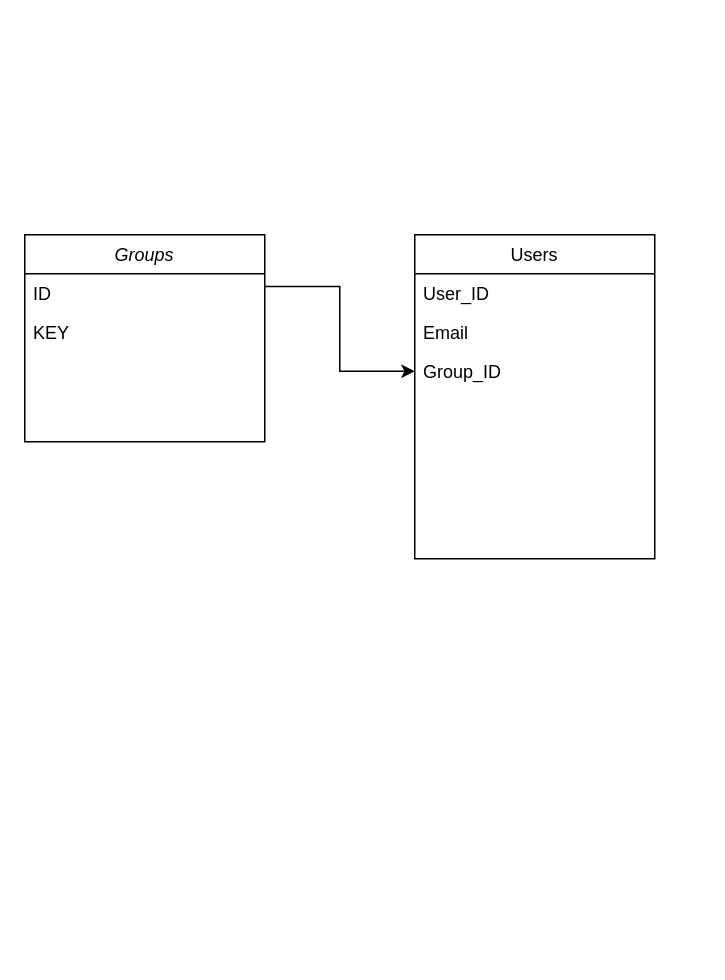
This is webapp/database_schemas/User_management.drawio from cepdnaclk/e17-3yp-Landmine-Detector, a draw.io file, before an edit. Source tidied: cells renumbered, new cells numbered last; positions are measured from the earlier drawing's top-left corner, leaving out a move shared by most shapes. Both pictures are drawn from the tidied source at 150%, with x=0, y=0 at pixel (24, 234).
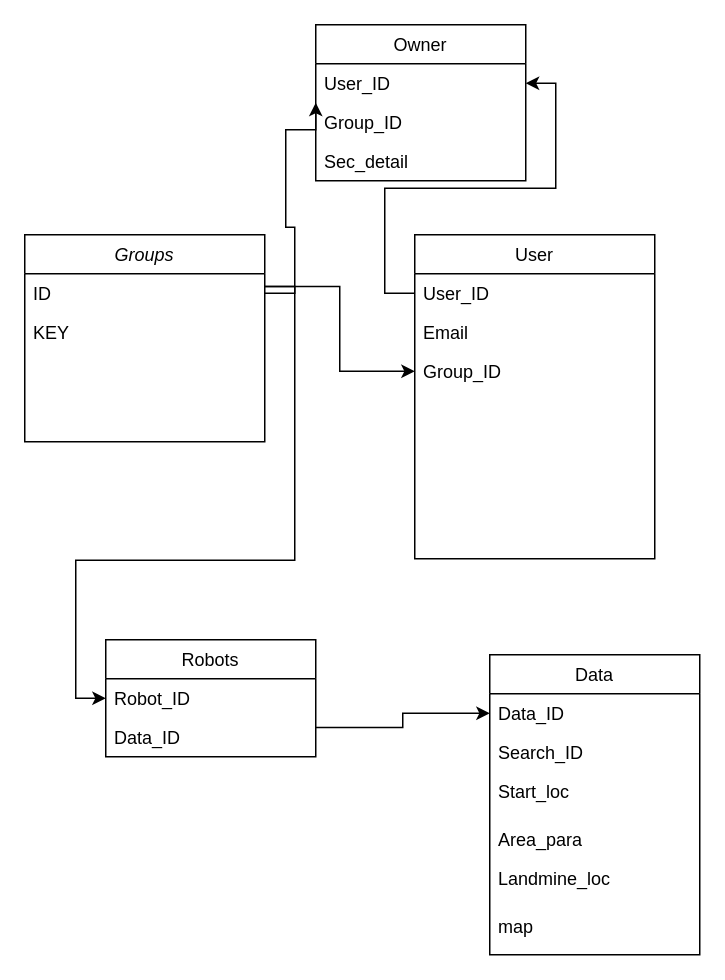
The same page after the edit.

Unchanged cells that the change refers to:
```xml
<mxCell id="3" value="Groups" style="swimlane;fontStyle=2;align=center;verticalAlign=top;horizontal=1;startSize=26;rounded=0;shadow=0;strokeWidth=1;" parent="1" vertex="1">
  <mxGeometry width="160" height="138" as="geometry" />
</mxCell>
<mxCell id="4" value="ID" style="text;align=left;verticalAlign=top;spacingLeft=4;spacingRight=4;overflow=hidden;points=[[0,0.5],[1,0.5]];portConstraint=eastwest;" parent="3" vertex="1">
  <mxGeometry y="26" width="160" height="26" as="geometry" />
</mxCell>
<mxCell id="7" value="User_ID" style="text;align=left;verticalAlign=top;spacingLeft=4;spacingRight=4;overflow=hidden;points=[[0,0.5],[1,0.5]];portConstraint=eastwest;" parent="6" vertex="1">
  <mxGeometry y="26" width="160" height="26" as="geometry" />
</mxCell>
```

What changed in the source:
```diff
@@
+    <mxCell id="10" style="edgeStyle=orthogonalEdgeStyle;rounded=0;jettySize=auto;html=1;exitX=1;exitY=0.25;exitDx=0;exitDy=0;entryX=0;entryY=0.5;entryDx=0;entryDy=0;" parent="1" edge="1" source="3" target="13">
+      <mxGeometry relative="1" as="geometry" />
+    </mxCell>
@@
-    <mxCell id="6" value="Users" style="swimlane;fontStyle=0;align=center;verticalAlign=top;horizontal=1;startSize=26;rounded=0;shadow=0;strokeWidth=1;" parent="1" vertex="1">
+    <mxCell id="6" value="User" style="swimlane;fontStyle=0;align=center;verticalAlign=top;horizontal=1;startSize=26;rounded=0;shadow=0;strokeWidth=1;" parent="1" vertex="1">
       <mxGeometry x="260" width="160" height="216" as="geometry" />
     </mxCell>
@@
+    <mxCell id="11" style="edgeStyle=orthogonalEdgeStyle;rounded=0;jettySize=auto;html=1;exitX=1;exitY=0.75;exitDx=0;exitDy=0;entryX=0;entryY=0.5;entryDx=0;entryDy=0;" parent="1" edge="1" source="12" target="16">
+      <mxGeometry relative="1" as="geometry" />
+    </mxCell>
+    <mxCell id="12" value="Robots" style="swimlane;fontStyle=0;horizontal=1;startSize=26;" parent="1" vertex="1">
+      <mxGeometry x="54" y="270" width="140" height="78" as="geometry" />
+    </mxCell>
+    <mxCell id="13" value="Robot_ID" style="text;strokeColor=none;fillColor=none;align=left;verticalAlign=top;spacingLeft=4;spacingRight=4;overflow=hidden;points=[[0,0.5],[1,0.5]];portConstraint=eastwest;" parent="12" vertex="1">
+      <mxGeometry y="26" width="140" height="26" as="geometry" />
+    </mxCell>
+    <mxCell id="14" value="Data_ID" style="text;strokeColor=none;fillColor=none;align=left;verticalAlign=top;spacingLeft=4;spacingRight=4;overflow=hidden;" parent="12" vertex="1">
+      <mxGeometry y="52" width="140" height="26" as="geometry" />
+    </mxCell>
+    <mxCell id="15" value="Data" style="swimlane;fontStyle=0;horizontal=1;startSize=26;" parent="1" vertex="1">
+      <mxGeometry x="310" y="280" width="140" height="200" as="geometry" />
+    </mxCell>
+    <mxCell id="16" value="Data_ID" style="text;strokeColor=none;fillColor=none;align=left;verticalAlign=top;spacingLeft=4;spacingRight=4;overflow=hidden;points=[[0,0.5],[1,0.5]];portConstraint=eastwest;" parent="15" vertex="1">
+      <mxGeometry y="26" width="140" height="26" as="geometry" />
+    </mxCell>
+    <mxCell id="17" value="Search_ID" style="text;strokeColor=none;fillColor=none;align=left;verticalAlign=top;spacingLeft=4;spacingRight=4;overflow=hidden;" parent="15" vertex="1">
+      <mxGeometry y="52" width="140" height="26" as="geometry" />
+    </mxCell>
+    <mxCell id="18" value="Start_loc" style="text;strokeColor=none;fillColor=none;align=left;verticalAlign=top;spacingLeft=4;spacingRight=4;overflow=hidden;" parent="15" vertex="1">
+      <mxGeometry y="78" width="140" height="32" as="geometry" />
+    </mxCell>
+    <mxCell id="19" value="Area_para" style="text;strokeColor=none;fillColor=none;align=left;verticalAlign=top;spacingLeft=4;spacingRight=4;overflow=hidden;" parent="15" vertex="1">
+      <mxGeometry y="110" width="140" height="26" as="geometry" />
+    </mxCell>
+    <mxCell id="20" value="Landmine_loc" style="text;strokeColor=none;fillColor=none;align=left;verticalAlign=top;spacingLeft=4;spacingRight=4;overflow=hidden;" parent="15" vertex="1">
+      <mxGeometry y="136" width="140" height="32" as="geometry" />
+    </mxCell>
+    <mxCell id="21" value="map" style="text;strokeColor=none;fillColor=none;align=left;verticalAlign=top;spacingLeft=4;spacingRight=4;overflow=hidden;" parent="15" vertex="1">
+      <mxGeometry y="168" width="140" height="32" as="geometry" />
+    </mxCell>
+    <mxCell id="22" value="Owner" style="swimlane;fontStyle=0;horizontal=1;startSize=26;" parent="1" vertex="1">
+      <mxGeometry x="194" y="-140" width="140" height="104" as="geometry" />
+    </mxCell>
+    <mxCell id="23" value="User_ID" style="text;strokeColor=none;fillColor=none;align=left;verticalAlign=top;spacingLeft=4;spacingRight=4;overflow=hidden;points=[[0,0.5],[1,0.5]];portConstraint=eastwest;" parent="22" vertex="1">
+      <mxGeometry y="26" width="140" height="26" as="geometry" />
+    </mxCell>
+    <mxCell id="24" value="Group_ID" style="text;strokeColor=none;fillColor=none;align=left;verticalAlign=top;spacingLeft=4;spacingRight=4;overflow=hidden;" parent="22" vertex="1">
+      <mxGeometry y="52" width="140" height="26" as="geometry" />
+    </mxCell>
+    <mxCell id="25" value="Sec_detail" style="text;strokeColor=none;fillColor=none;align=left;verticalAlign=top;spacingLeft=4;spacingRight=4;overflow=hidden;" parent="22" vertex="1">
+      <mxGeometry y="78" width="140" height="26" as="geometry" />
+    </mxCell>
+    <mxCell id="26" style="edgeStyle=orthogonalEdgeStyle;rounded=0;jettySize=auto;html=1;exitX=1;exitY=0.5;exitDx=0;exitDy=0;entryX=0;entryY=0.5;entryDx=0;entryDy=0;" parent="1" edge="1" source="4" target="22">
+      <mxGeometry relative="1" as="geometry">
+        <Array as="points">
+          <mxPoint x="180" y="39" />
+          <mxPoint x="180" y="-5" />
+          <mxPoint x="174" y="-5" />
+          <mxPoint x="174" y="-70" />
+          <mxPoint x="194" y="-70" />
+        </Array>
+      </mxGeometry>
+    </mxCell>
+    <mxCell id="27" style="edgeStyle=orthogonalEdgeStyle;rounded=0;jettySize=auto;html=1;exitX=0;exitY=0.5;exitDx=0;exitDy=0;entryX=1;entryY=0.5;entryDx=0;entryDy=0;" parent="1" edge="1" source="7" target="23">
+      <mxGeometry relative="1" as="geometry" />
+    </mxCell>
```
